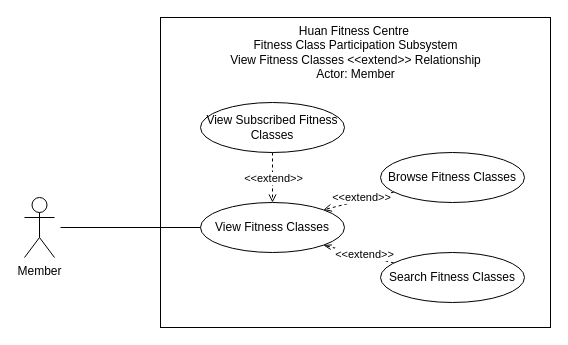
Before: page "Fitness Class Schedule Relationship" (13 of 17) of diagrams/Use Case Diagram.drawio in iZ86/DIT2153WD, a draw.io diagram. Source tidied: cells renumbered, new cells numbered last; positions are measured from the earlier drawing's top-left corner, leaving out a move shared by most shapes. Both pictures are drawn from the tidied source at 100%, with x=0, y=0 at pixel (24, 17).
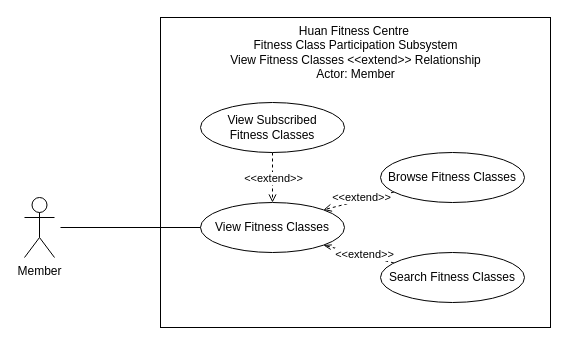
Above is the later version.

Commit message:
Modify View Subscribe Fitness Classes use case format

Diff of the diagram source:
```diff
@@
 <mxGraphModel>
   <root>
     <mxCell id="0" />
     <mxCell id="1" parent="0" />
     <mxCell id="2" style="rounded=0;whiteSpace=wrap;html=1;" parent="1" vertex="1">
       <mxGeometry x="136" width="390" height="310" as="geometry" />
     </mxCell>
     <mxCell id="3" value="View Fitness Classes" style="ellipse;whiteSpace=wrap;html=1;" parent="1" vertex="1">
       <mxGeometry x="176" y="185" width="144" height="50" as="geometry" />
     </mxCell>
     <mxCell id="4" value="&lt;div&gt;Huan Fitness Centre&amp;nbsp;&lt;/div&gt;&lt;div&gt;Fitness Class&amp;nbsp;&lt;span style=&quot;background-color: initial;&quot;&gt;Participation Subsystem&lt;/span&gt;&lt;/div&gt;&lt;div&gt;View Fitness Classes &amp;lt;&amp;lt;extend&amp;gt;&amp;gt; Relationship&lt;/div&gt;&lt;div&gt;Actor: Member&lt;br&gt;&lt;/div&gt;" style="text;html=1;align=center;verticalAlign=middle;strokeColor=none;fillColor=none;" parent="1" vertex="1">
       <mxGeometry x="196" width="270" height="70" as="geometry" />
     </mxCell>
     <mxCell id="5" style="rounded=0;jettySize=auto;html=1;entryX=0;entryY=0.5;entryDx=0;entryDy=0;endArrow=none;endFill=0;" parent="1" edge="1" target="3">
       <mxGeometry relative="1" as="geometry">
         <mxPoint x="36" y="210" as="sourcePoint" />
       </mxGeometry>
     </mxCell>
     <mxCell id="6" value="Member" style="shape=umlActor;verticalLabelPosition=bottom;verticalAlign=top;html=1;" parent="1" vertex="1">
       <mxGeometry y="180" width="30" height="60" as="geometry" />
     </mxCell>
     <mxCell id="7" style="edgeStyle=orthogonalEdgeStyle;rounded=0;jettySize=auto;html=1;entryX=0.5;entryY=0;entryDx=0;entryDy=0;endArrow=open;endFill=0;dashed=1;" parent="1" edge="1" source="9" target="3">
       <mxGeometry relative="1" as="geometry" />
     </mxCell>
     <mxCell id="8" value="&amp;lt;&amp;lt;extend&amp;gt;&amp;gt;" style="edgeLabel;html=1;align=center;verticalAlign=middle;" parent="7" vertex="1">
       <mxGeometry x="-0.07" y="-1" relative="1" as="geometry">
         <mxPoint x="1" y="2" as="offset" />
       </mxGeometry>
     </mxCell>
-    <mxCell id="9" value="View Subscribed Fitness Classes" style="ellipse;whiteSpace=wrap;html=1;" parent="1" vertex="1">
+    <mxCell id="9" value="View Subscribed&lt;div&gt;Fitness Classes&lt;/div&gt;" style="ellipse;whiteSpace=wrap;html=1;" parent="1" vertex="1">
       <mxGeometry x="176" y="85" width="144" height="50" as="geometry" />
     </mxCell>
     <mxCell id="10" style="rounded=0;jettySize=auto;html=1;entryX=1;entryY=0;entryDx=0;entryDy=0;dashed=1;endArrow=open;endFill=0;" parent="1" edge="1" source="12" target="3">
       <mxGeometry relative="1" as="geometry" />
     </mxCell>
     <mxCell id="11" value="&amp;lt;&amp;lt;extend&amp;gt;&amp;gt;" style="edgeLabel;html=1;align=center;verticalAlign=middle;" parent="10" vertex="1">
       <mxGeometry x="-0.1" y="-2" relative="1" as="geometry">
         <mxPoint y="-1" as="offset" />
       </mxGeometry>
     </mxCell>
     <mxCell id="12" value="Browse Fitness Classes" style="ellipse;whiteSpace=wrap;html=1;" parent="1" vertex="1">
       <mxGeometry x="356" y="135" width="144" height="50" as="geometry" />
     </mxCell>
     <mxCell id="13" style="rounded=0;jettySize=auto;html=1;entryX=1;entryY=1;entryDx=0;entryDy=0;endArrow=openThin;endFill=0;dashed=1;" parent="1" edge="1" source="15" target="3">
       <mxGeometry relative="1" as="geometry" />
     </mxCell>
     <mxCell id="14" value="&amp;lt;&amp;lt;extend&amp;gt;&amp;gt;" style="edgeLabel;html=1;align=center;verticalAlign=middle;" parent="13" vertex="1">
       <mxGeometry x="-0.15" y="-1" relative="1" as="geometry" />
     </mxCell>
     <mxCell id="15" value="Search Fitness Classes" style="ellipse;whiteSpace=wrap;html=1;" parent="1" vertex="1">
       <mxGeometry x="356" y="235" width="144" height="50" as="geometry" />
     </mxCell>
   </root>
 </mxGraphModel>
```
